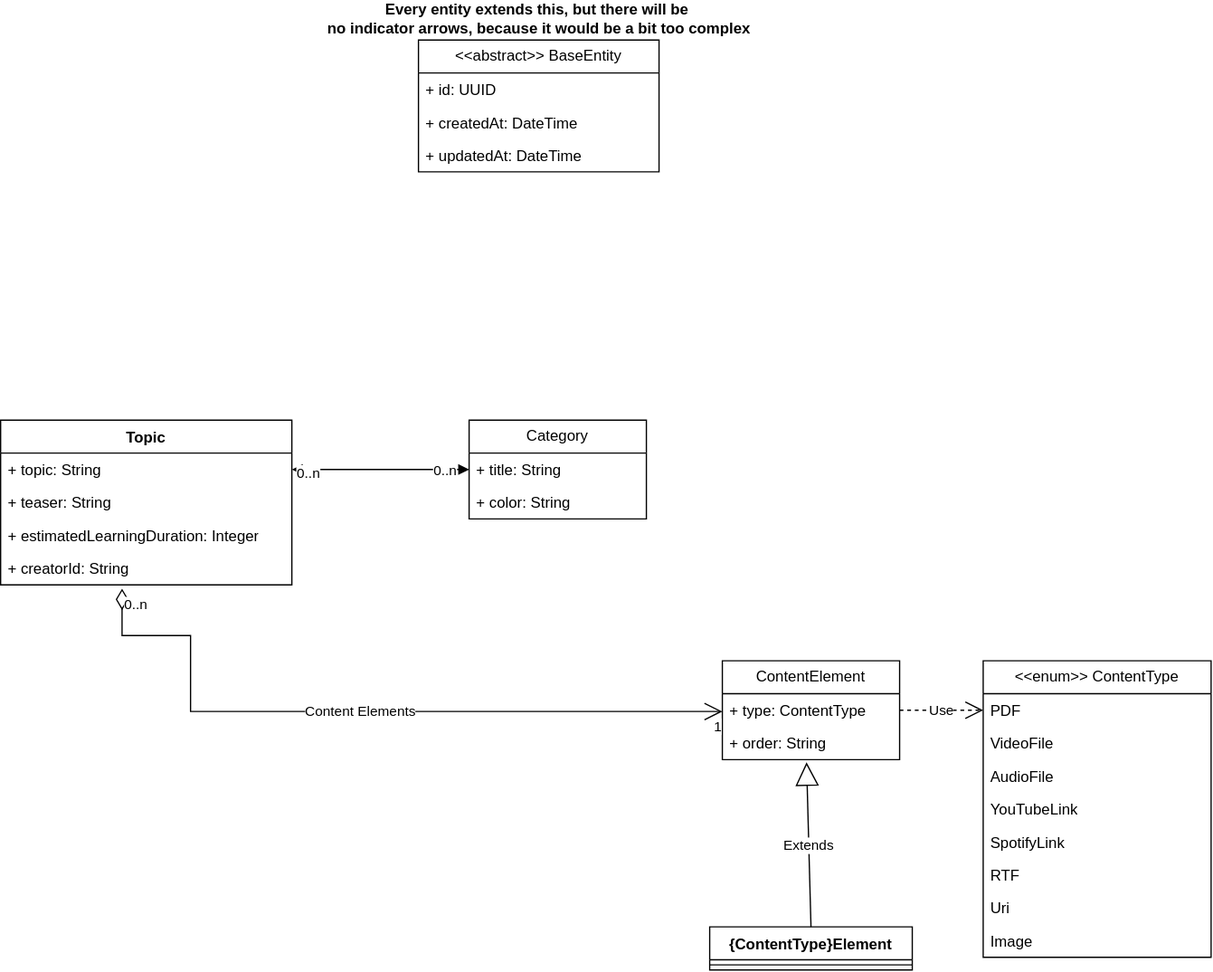
This is docs/data-model/diagram.svg from thi-projekte/lernplattform, a draw.io export, as it was before one commit. Source tidied: cells renumbered, new cells last; positions are measured from the earlier drawing's top-left corner, leaving out a move shared by most shapes.
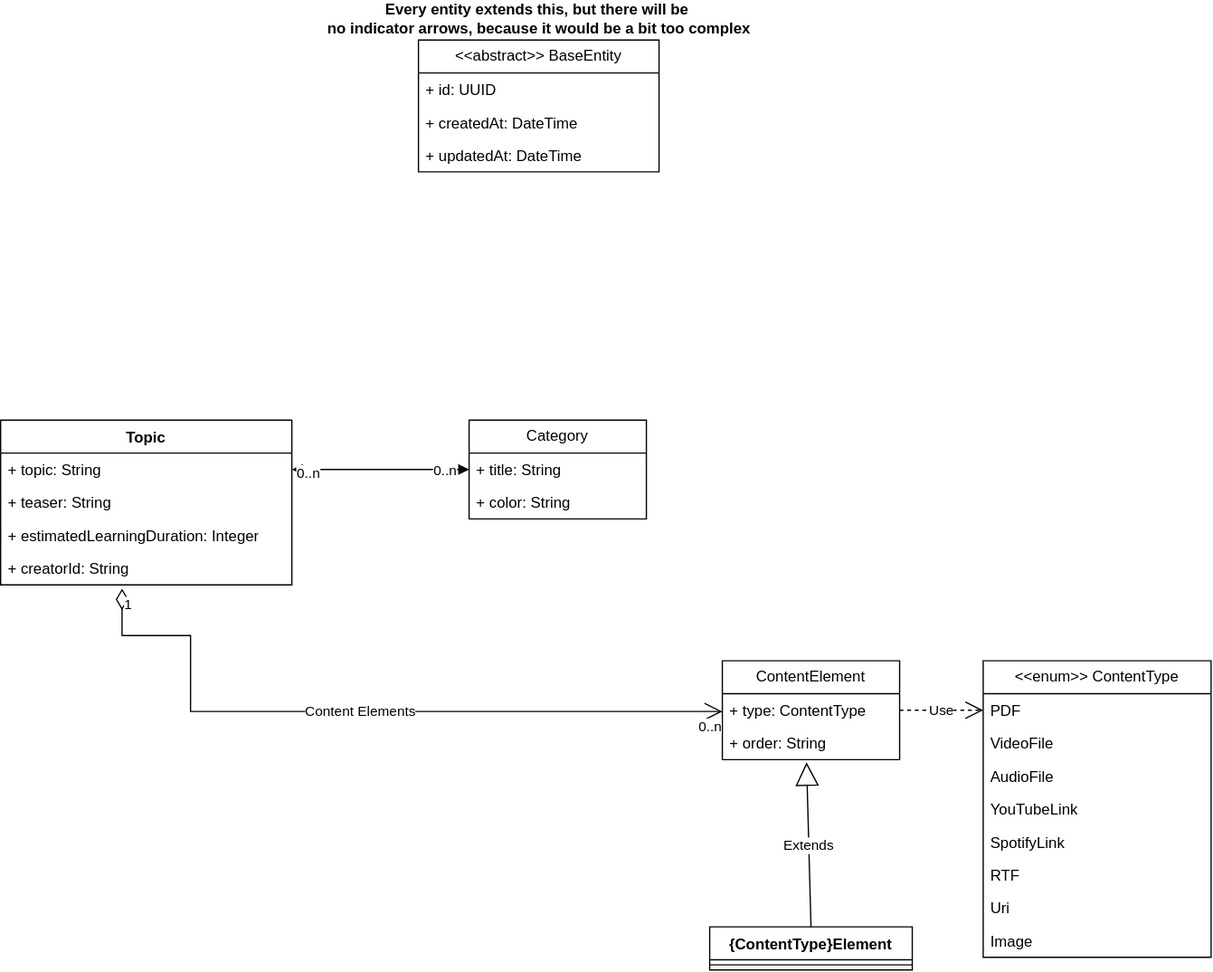
After the change.

Commit message:
fix(docs): Updated data model for topics

What changed in the source:
```diff
@@ -87,10 +87,10 @@
         </Array>
       </mxGeometry>
     </mxCell>
-    <mxCell id="28" value="0..n" style="edgeLabel;html=1;align=left;verticalAlign=top;" parent="27" vertex="1">
+    <mxCell id="28" value="1" style="edgeLabel;html=1;align=left;verticalAlign=top;" parent="27" vertex="1">
       <mxGeometry x="-1" relative="1" as="geometry" />
     </mxCell>
-    <mxCell id="29" value="1" style="edgeLabel;html=1;align=right;verticalAlign=top;" parent="27" vertex="1">
+    <mxCell id="29" value="0..n" style="edgeLabel;html=1;align=right;verticalAlign=top;" parent="27" vertex="1">
       <mxGeometry x="1" relative="1" as="geometry" />
     </mxCell>
     <mxCell id="30" value="{ContentType}Element" style="swimlane;fontStyle=1;align=center;verticalAlign=top;horizontal=1;startSize=26;whiteSpace=wrap;html=1;" parent="1" vertex="1">
```
